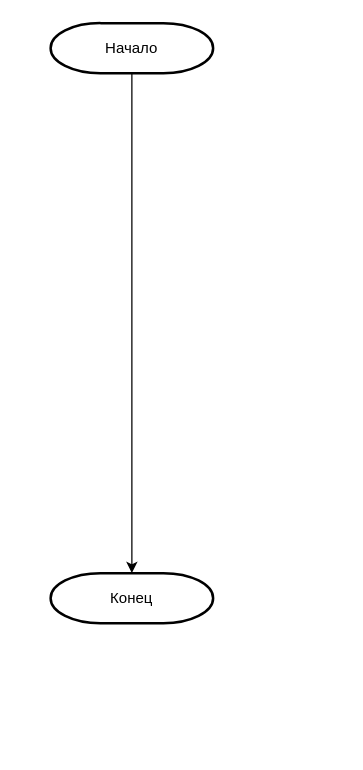
This is Algorithm_OPZ/(3. ЧР) Алгоритм Генерация инцидентов.drawio from SmirnovBogdan8/Diplom, a draw.io file, before an edit. Source tidied: cells renumbered, new cells numbered last; positions are measured from the earlier drawing's top-left corner, leaving out a move shared by most shapes. Both pictures are drawn from the tidied source at 125%, with x=0, y=0 at pixel (50, 22).
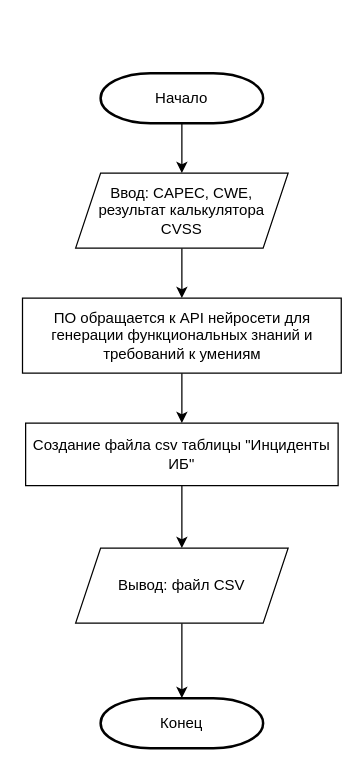
The same diagram, later.

Diff of the diagram source:
```diff
@@
 <mxGraphModel>
   <root>
     <mxCell id="0" />
     <mxCell id="1" parent="0" />
-    <mxCell id="2" style="edgeStyle=orthogonalEdgeStyle;rounded=0;jettySize=auto;html=1;exitX=0.5;exitY=1;exitDx=0;exitDy=0;exitPerimeter=0;" parent="1" edge="1" source="3" target="4">
-      <mxGeometry relative="1" as="geometry" />
-    </mxCell>
+    <mxCell id="5" style="edgeStyle=orthogonalEdgeStyle;rounded=0;jettySize=auto;html=1;" parent="1" edge="1" source="3" target="7">
+      <mxGeometry relative="1" as="geometry" />
+    </mxCell>
     <mxCell id="3" value="Начало" style="strokeWidth=2;html=1;shape=mxgraph.flowchart.terminator;whiteSpace=wrap;" parent="1" vertex="1">
-      <mxGeometry width="130" height="40" as="geometry" />
+      <mxGeometry x="40" y="40" width="130" height="40" as="geometry" />
     </mxCell>
     <mxCell id="4" value="Конец" style="strokeWidth=2;html=1;shape=mxgraph.flowchart.terminator;whiteSpace=wrap;" parent="1" vertex="1">
-      <mxGeometry y="440" width="130" height="40" as="geometry" />
+      <mxGeometry x="40" y="540" width="130" height="40" as="geometry" />
     </mxCell>
+    <mxCell id="6" style="edgeStyle=orthogonalEdgeStyle;rounded=0;jettySize=auto;html=1;" parent="1" edge="1" source="7" target="9">
+      <mxGeometry relative="1" as="geometry" />
+    </mxCell>
+    <mxCell id="7" value="Ввод: CAPEC, CWE, результат калькулятора CVSS" style="shape=parallelogram;perimeter=parallelogramPerimeter;whiteSpace=wrap;html=1;fixedSize=1;" parent="1" vertex="1">
+      <mxGeometry x="20" y="120" width="170" height="60" as="geometry" />
+    </mxCell>
+    <mxCell id="8" style="edgeStyle=orthogonalEdgeStyle;rounded=0;jettySize=auto;html=1;" parent="1" edge="1" source="9" target="11">
+      <mxGeometry relative="1" as="geometry" />
+    </mxCell>
+    <mxCell id="9" value="ПО обращается к API нейросети для генерации функциональных знаний и требований к умениям" style="rounded=0;whiteSpace=wrap;html=1;" parent="1" vertex="1">
+      <mxGeometry x="-22.5" y="220" width="255" height="60" as="geometry" />
+    </mxCell>
+    <mxCell id="10" style="edgeStyle=orthogonalEdgeStyle;rounded=0;jettySize=auto;html=1;" parent="1" edge="1" source="11" target="13">
+      <mxGeometry relative="1" as="geometry" />
+    </mxCell>
+    <mxCell id="11" value="Создание файла csv таблицы &quot;Инциденты ИБ&quot;" style="rounded=0;whiteSpace=wrap;html=1;" parent="1" vertex="1">
+      <mxGeometry x="-20" y="320" width="250" height="50" as="geometry" />
+    </mxCell>
+    <mxCell id="12" style="edgeStyle=orthogonalEdgeStyle;rounded=0;jettySize=auto;html=1;" parent="1" edge="1" source="13" target="4">
+      <mxGeometry relative="1" as="geometry" />
+    </mxCell>
+    <mxCell id="13" value="Вывод: файл CSV" style="shape=parallelogram;perimeter=parallelogramPerimeter;whiteSpace=wrap;html=1;fixedSize=1;" parent="1" vertex="1">
+      <mxGeometry x="20" y="420" width="170" height="60" as="geometry" />
+    </mxCell>
   </root>
 </mxGraphModel>
```
